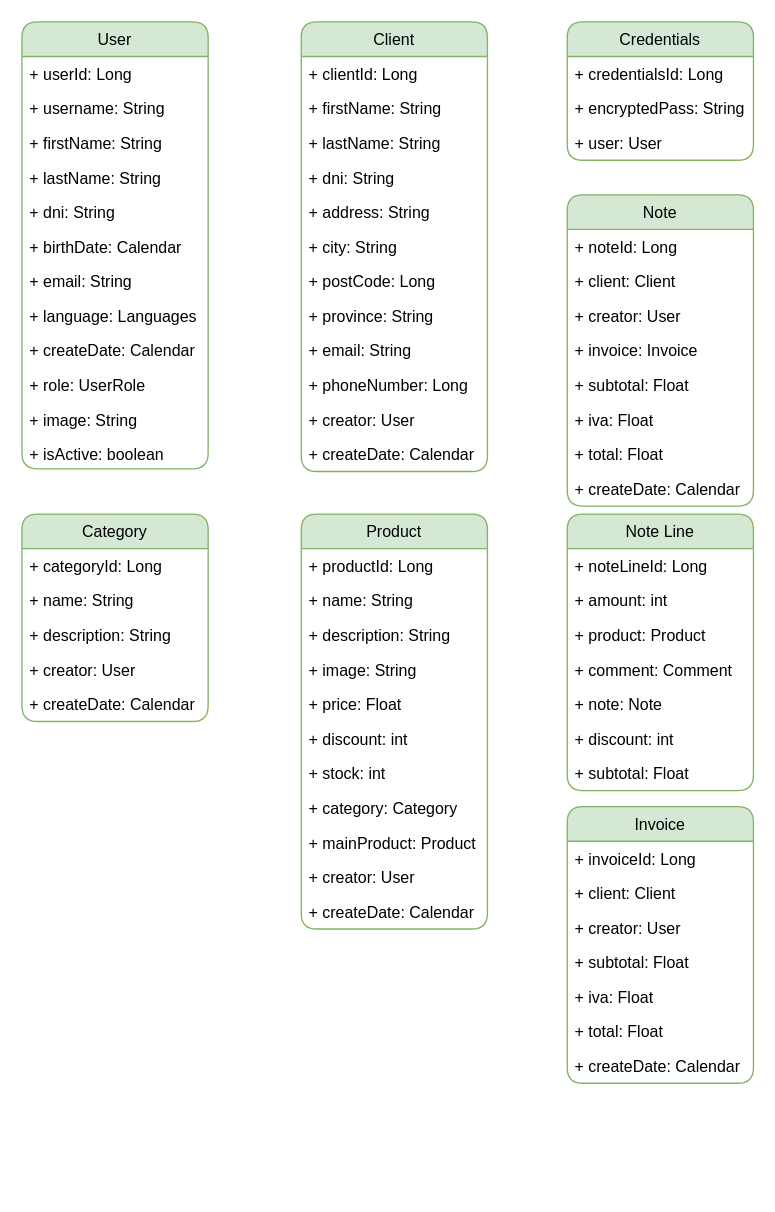
This is Documentacion/Esquemas/Clases.drawio from alejandrogogarcia/TFG_BE, a draw.io file, before an edit. Source tidied: cells renumbered, new cells numbered last; positions are measured from the earlier drawing's top-left corner, leaving out a move shared by most shapes. Both pictures are drawn from the tidied source at 133%, with x=0, y=0 at pixel (21, 21).
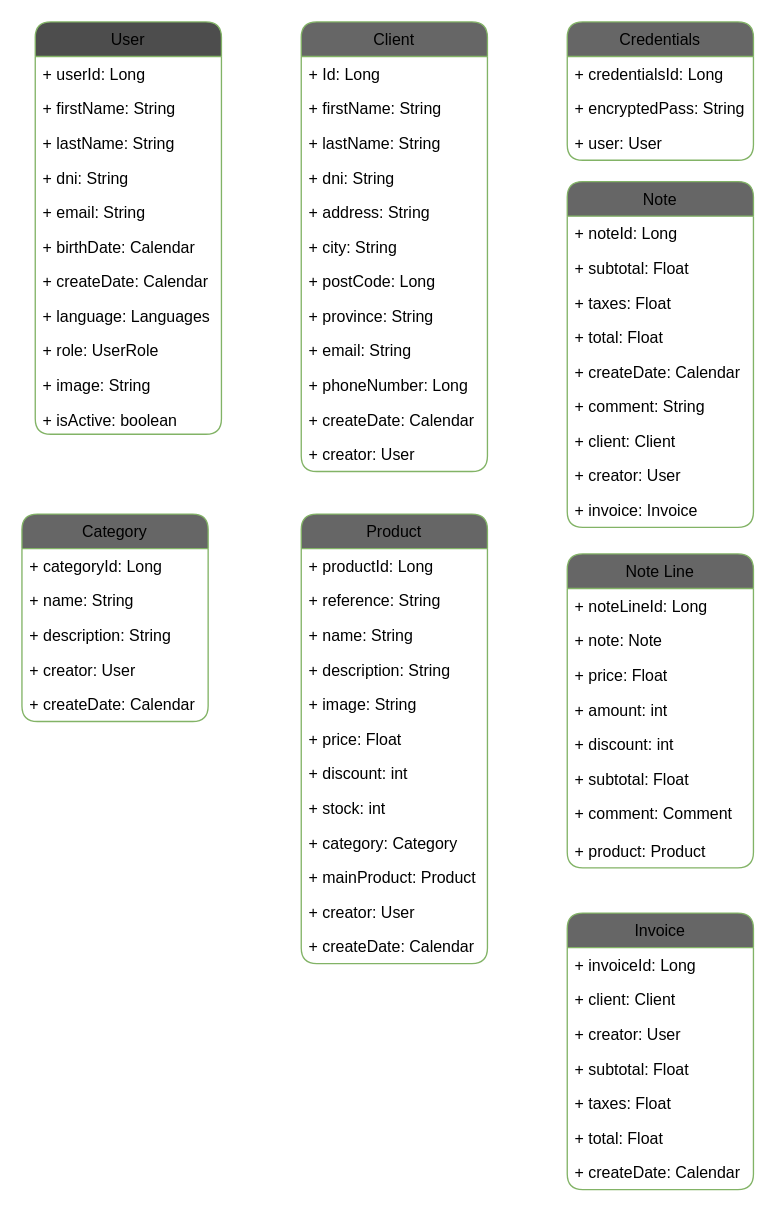
The same page after the edit.

Diff of the diagram source:
```diff
@@
-    <mxCell id="2" value="User" style="swimlane;fontStyle=0;horizontal=1;startSize=26;fillColor=#d5e8d4;strokeColor=#82b366;rounded=1;" parent="1" vertex="1">
-      <mxGeometry width="140" height="336" as="geometry" />
+    <mxCell id="2" value="User" style="swimlane;fontStyle=0;horizontal=1;startSize=26;fillColor=#4D4D4D;strokeColor=#82b366;rounded=1;" parent="1" vertex="1">
+      <mxGeometry x="10" width="140" height="310" as="geometry" />
     </mxCell>
@@
-    <mxCell id="4" value="+ username: String" style="text;strokeColor=none;fillColor=none;align=left;verticalAlign=top;spacingLeft=4;spacingRight=4;overflow=hidden;" parent="2" vertex="1">
-      <mxGeometry y="52" width="140" height="26" as="geometry" />
-    </mxCell>
     <mxCell id="5" value="+ firstName: String" style="text;strokeColor=none;fillColor=none;align=left;verticalAlign=top;spacingLeft=4;spacingRight=4;overflow=hidden;" parent="2" vertex="1">
-      <mxGeometry y="78" width="140" height="26" as="geometry" />
+      <mxGeometry y="52" width="140" height="26" as="geometry" />
     </mxCell>
     <mxCell id="6" value="+ lastName: String" style="text;strokeColor=none;fillColor=none;align=left;verticalAlign=top;spacingLeft=4;spacingRight=4;overflow=hidden;" parent="2" vertex="1">
-      <mxGeometry y="104" width="140" height="26" as="geometry" />
+      <mxGeometry y="78" width="140" height="26" as="geometry" />
     </mxCell>
     <mxCell id="7" value="+ dni: String" style="text;strokeColor=none;fillColor=none;align=left;verticalAlign=top;spacingLeft=4;spacingRight=4;overflow=hidden;" parent="2" vertex="1">
-      <mxGeometry y="130" width="140" height="26" as="geometry" />
+      <mxGeometry y="104" width="140" height="26" as="geometry" />
     </mxCell>
+    <mxCell id="9" value="+ email: String" style="text;strokeColor=none;fillColor=none;align=left;verticalAlign=top;spacingLeft=4;spacingRight=4;overflow=hidden;" parent="2" vertex="1">
+      <mxGeometry y="130" width="140" height="26" as="geometry" />
+    </mxCell>
@@
-    <mxCell id="9" value="+ email: String" style="text;strokeColor=none;fillColor=none;align=left;verticalAlign=top;spacingLeft=4;spacingRight=4;overflow=hidden;" parent="2" vertex="1">
-      <mxGeometry y="182" width="140" height="26" as="geometry" />
-    </mxCell>
+    <mxCell id="11" value="+ createDate: Calendar" style="text;strokeColor=none;fillColor=none;align=left;verticalAlign=top;spacingLeft=4;spacingRight=4;overflow=hidden;" parent="2" vertex="1">
+      <mxGeometry y="182" width="140" height="26" as="geometry" />
+    </mxCell>
@@
-    <mxCell id="11" value="+ createDate: Calendar" style="text;strokeColor=none;fillColor=none;align=left;verticalAlign=top;spacingLeft=4;spacingRight=4;overflow=hidden;" parent="2" vertex="1">
-      <mxGeometry y="234" width="140" height="26" as="geometry" />
-    </mxCell>
     <mxCell id="12" value="+ role: UserRole" style="text;strokeColor=none;fillColor=none;align=left;verticalAlign=top;spacingLeft=4;spacingRight=4;overflow=hidden;" parent="2" vertex="1">
-      <mxGeometry y="260" width="140" height="26" as="geometry" />
+      <mxGeometry y="234" width="140" height="26" as="geometry" />
     </mxCell>
     <mxCell id="13" value="+ image: String" style="text;strokeColor=none;fillColor=none;align=left;verticalAlign=top;spacingLeft=4;spacingRight=4;overflow=hidden;" parent="2" vertex="1">
-      <mxGeometry y="286" width="140" height="26" as="geometry" />
+      <mxGeometry y="260" width="140" height="26" as="geometry" />
     </mxCell>
     <mxCell id="14" value="+ isActive: boolean" style="text;strokeColor=none;fillColor=none;align=left;verticalAlign=top;spacingLeft=4;spacingRight=4;overflow=hidden;" parent="2" vertex="1">
-      <mxGeometry y="312" width="140" height="24" as="geometry" />
+      <mxGeometry y="286" width="140" height="24" as="geometry" />
     </mxCell>
-    <mxCell id="15" value="Client" style="swimlane;fontStyle=0;horizontal=1;startSize=26;fillColor=#d5e8d4;strokeColor=#82b366;rounded=1;" parent="1" vertex="1">
+    <mxCell id="15" value="Client" style="swimlane;fontStyle=0;horizontal=1;startSize=26;fillColor=#666666;strokeColor=#82b366;rounded=1;" parent="1" vertex="1">
       <mxGeometry x="210" width="140" height="338" as="geometry" />
     </mxCell>
-    <mxCell id="16" value="+ clientId: Long" style="text;strokeColor=none;fillColor=none;align=left;verticalAlign=top;spacingLeft=4;spacingRight=4;overflow=hidden;" parent="15" vertex="1">
+    <mxCell id="16" value="+ Id: Long" style="text;strokeColor=none;fillColor=none;align=left;verticalAlign=top;spacingLeft=4;spacingRight=4;overflow=hidden;" parent="15" vertex="1">
       <mxGeometry y="26" width="140" height="26" as="geometry" />
     </mxCell>
@@
+    <mxCell id="27" value="+ createDate: Calendar" style="text;strokeColor=none;fillColor=none;align=left;verticalAlign=top;spacingLeft=4;spacingRight=4;overflow=hidden;" parent="15" vertex="1">
+      <mxGeometry y="286" width="140" height="26" as="geometry" />
+    </mxCell>
     <mxCell id="26" value="+ creator: User" style="text;strokeColor=none;fillColor=none;align=left;verticalAlign=top;spacingLeft=4;spacingRight=4;overflow=hidden;" parent="15" vertex="1">
-      <mxGeometry y="286" width="140" height="26" as="geometry" />
+      <mxGeometry y="312" width="140" height="26" as="geometry" />
     </mxCell>
-    <mxCell id="27" value="+ createDate: Calendar" style="text;strokeColor=none;fillColor=none;align=left;verticalAlign=top;spacingLeft=4;spacingRight=4;overflow=hidden;" parent="15" vertex="1">
-      <mxGeometry y="312" width="140" height="26" as="geometry" />
-    </mxCell>
-    <mxCell id="28" value="Credentials" style="swimlane;fontStyle=0;horizontal=1;startSize=26;fillColor=#d5e8d4;strokeColor=#82b366;rounded=1;" parent="1" vertex="1">
+    <mxCell id="28" value="Credentials" style="swimlane;fontStyle=0;horizontal=1;startSize=26;fillColor=#666666;strokeColor=#82b366;rounded=1;" parent="1" vertex="1">
       <mxGeometry x="410" width="140" height="104" as="geometry" />
     </mxCell>
@@
-    <mxCell id="32" value="Category" style="swimlane;fontStyle=0;horizontal=1;startSize=26;fillColor=#d5e8d4;strokeColor=#82b366;rounded=1;" parent="1" vertex="1">
+    <mxCell id="32" value="Category" style="swimlane;fontStyle=0;horizontal=1;startSize=26;fillColor=#666666;strokeColor=#82b366;rounded=1;" parent="1" vertex="1">
       <mxGeometry y="370" width="140" height="156" as="geometry" />
     </mxCell>
@@
-    <mxCell id="38" value="Product" style="swimlane;fontStyle=0;horizontal=1;startSize=26;fillColor=#d5e8d4;strokeColor=#82b366;rounded=1;" parent="1" vertex="1">
-      <mxGeometry x="210" y="370" width="140" height="312" as="geometry" />
+    <mxCell id="38" value="Product" style="swimlane;fontStyle=0;horizontal=1;startSize=26;fillColor=#666666;strokeColor=#82b366;rounded=1;" parent="1" vertex="1">
+      <mxGeometry x="210" y="370" width="140" height="338" as="geometry" />
     </mxCell>
@@
-    <mxCell id="40" value="+ name: String" style="text;strokeColor=none;fillColor=none;align=left;verticalAlign=top;spacingLeft=4;spacingRight=4;overflow=hidden;" parent="38" vertex="1">
+    <mxCell id="40" value="+ reference: String" style="text;strokeColor=none;fillColor=none;align=left;verticalAlign=top;spacingLeft=4;spacingRight=4;overflow=hidden;" parent="38" vertex="1">
       <mxGeometry y="52" width="140" height="26" as="geometry" />
     </mxCell>
+    <mxCell id="75" value="+ name: String" style="text;strokeColor=none;fillColor=none;align=left;verticalAlign=top;spacingLeft=4;spacingRight=4;overflow=hidden;" parent="38" vertex="1">
+      <mxGeometry y="78" width="140" height="26" as="geometry" />
+    </mxCell>
     <mxCell id="41" value="+ description: String" style="text;strokeColor=none;fillColor=none;align=left;verticalAlign=top;spacingLeft=4;spacingRight=4;overflow=hidden;" parent="38" vertex="1">
-      <mxGeometry y="78" width="140" height="26" as="geometry" />
+      <mxGeometry y="104" width="140" height="26" as="geometry" />
     </mxCell>
     <mxCell id="42" value="+ image: String" style="text;strokeColor=none;fillColor=none;align=left;verticalAlign=top;spacingLeft=4;spacingRight=4;overflow=hidden;" parent="38" vertex="1">
-      <mxGeometry y="104" width="140" height="26" as="geometry" />
+      <mxGeometry y="130" width="140" height="26" as="geometry" />
     </mxCell>
     <mxCell id="43" value="+ price: Float" style="text;strokeColor=none;fillColor=none;align=left;verticalAlign=top;spacingLeft=4;spacingRight=4;overflow=hidden;" parent="38" vertex="1">
-      <mxGeometry y="130" width="140" height="26" as="geometry" />
+      <mxGeometry y="156" width="140" height="26" as="geometry" />
     </mxCell>
     <mxCell id="44" value="+ discount: int" style="text;strokeColor=none;fillColor=none;align=left;verticalAlign=top;spacingLeft=4;spacingRight=4;overflow=hidden;" parent="38" vertex="1">
-      <mxGeometry y="156" width="140" height="26" as="geometry" />
+      <mxGeometry y="182" width="140" height="26" as="geometry" />
     </mxCell>
     <mxCell id="45" value="+ stock: int" style="text;strokeColor=none;fillColor=none;align=left;verticalAlign=top;spacingLeft=4;spacingRight=4;overflow=hidden;" parent="38" vertex="1">
-      <mxGeometry y="182" width="140" height="26" as="geometry" />
+      <mxGeometry y="208" width="140" height="26" as="geometry" />
     </mxCell>
     <mxCell id="46" value="+ category: Category" style="text;strokeColor=none;fillColor=none;align=left;verticalAlign=top;spacingLeft=4;spacingRight=4;overflow=hidden;" parent="38" vertex="1">
-      <mxGeometry y="208" width="140" height="26" as="geometry" />
+      <mxGeometry y="234" width="140" height="26" as="geometry" />
     </mxCell>
     <mxCell id="47" value="+ mainProduct: Product" style="text;strokeColor=none;fillColor=none;align=left;verticalAlign=top;spacingLeft=4;spacingRight=4;overflow=hidden;" parent="38" vertex="1">
-      <mxGeometry y="234" width="140" height="26" as="geometry" />
+      <mxGeometry y="260" width="140" height="26" as="geometry" />
     </mxCell>
     <mxCell id="48" value="+ creator: User" style="text;strokeColor=none;fillColor=none;align=left;verticalAlign=top;spacingLeft=4;spacingRight=4;overflow=hidden;" parent="38" vertex="1">
-      <mxGeometry y="260" width="140" height="26" as="geometry" />
+      <mxGeometry y="286" width="140" height="26" as="geometry" />
     </mxCell>
     <mxCell id="49" value="+ createDate: Calendar" style="text;strokeColor=none;fillColor=none;align=left;verticalAlign=top;spacingLeft=4;spacingRight=4;overflow=hidden;" parent="38" vertex="1">
-      <mxGeometry y="286" width="140" height="26" as="geometry" />
+      <mxGeometry y="312" width="140" height="26" as="geometry" />
     </mxCell>
-    <mxCell id="50" value="Note" style="swimlane;fontStyle=0;horizontal=1;startSize=26;fillColor=#d5e8d4;strokeColor=#82b366;rounded=1;" parent="1" vertex="1">
-      <mxGeometry x="410" y="130" width="140" height="234" as="geometry" />
+    <mxCell id="50" value="Note" style="swimlane;fontStyle=0;horizontal=1;startSize=26;fillColor=#666666;strokeColor=#82b366;rounded=1;" parent="1" vertex="1">
+      <mxGeometry x="410" y="120" width="140" height="260" as="geometry" />
     </mxCell>
@@
-    <mxCell id="52" value="+ client: Client" style="text;strokeColor=none;fillColor=none;align=left;verticalAlign=top;spacingLeft=4;spacingRight=4;overflow=hidden;" parent="50" vertex="1">
-      <mxGeometry y="52" width="140" height="26" as="geometry" />
-    </mxCell>
-    <mxCell id="53" value="+ creator: User" style="text;strokeColor=none;fillColor=none;align=left;verticalAlign=top;spacingLeft=4;spacingRight=4;overflow=hidden;" parent="50" vertex="1">
-      <mxGeometry y="78" width="140" height="26" as="geometry" />
-    </mxCell>
-    <mxCell id="54" value="+ invoice: Invoice" style="text;strokeColor=none;fillColor=none;align=left;verticalAlign=top;spacingLeft=4;spacingRight=4;overflow=hidden;" parent="50" vertex="1">
-      <mxGeometry y="104" width="140" height="26" as="geometry" />
-    </mxCell>
     <mxCell id="55" value="+ subtotal: Float" style="text;strokeColor=none;fillColor=none;align=left;verticalAlign=top;spacingLeft=4;spacingRight=4;overflow=hidden;" parent="50" vertex="1">
-      <mxGeometry y="130" width="140" height="26" as="geometry" />
+      <mxGeometry y="52" width="140" height="26" as="geometry" />
     </mxCell>
-    <mxCell id="56" value="+ iva: Float" style="text;strokeColor=none;fillColor=none;align=left;verticalAlign=top;spacingLeft=4;spacingRight=4;overflow=hidden;" parent="50" vertex="1">
-      <mxGeometry y="156" width="140" height="26" as="geometry" />
+    <mxCell id="56" value="+ taxes: Float" style="text;strokeColor=none;fillColor=none;align=left;verticalAlign=top;spacingLeft=4;spacingRight=4;overflow=hidden;" parent="50" vertex="1">
+      <mxGeometry y="78" width="140" height="26" as="geometry" />
     </mxCell>
     <mxCell id="57" value="+ total: Float" style="text;strokeColor=none;fillColor=none;align=left;verticalAlign=top;spacingLeft=4;spacingRight=4;overflow=hidden;" parent="50" vertex="1">
-      <mxGeometry y="182" width="140" height="26" as="geometry" />
+      <mxGeometry y="104" width="140" height="26" as="geometry" />
     </mxCell>
     <mxCell id="58" value="+ createDate: Calendar" style="text;strokeColor=none;fillColor=none;align=left;verticalAlign=top;spacingLeft=4;spacingRight=4;overflow=hidden;" parent="50" vertex="1">
-      <mxGeometry y="208" width="140" height="26" as="geometry" />
+      <mxGeometry y="130" width="140" height="26" as="geometry" />
     </mxCell>
+    <mxCell id="76" value="+ comment: String" style="text;strokeColor=none;fillColor=none;align=left;verticalAlign=top;spacingLeft=4;spacingRight=4;overflow=hidden;" parent="50" vertex="1">
+      <mxGeometry y="156" width="140" height="26" as="geometry" />
+    </mxCell>
+    <mxCell id="52" value="+ client: Client" style="text;strokeColor=none;fillColor=none;align=left;verticalAlign=top;spacingLeft=4;spacingRight=4;overflow=hidden;" parent="50" vertex="1">
+      <mxGeometry y="182" width="140" height="26" as="geometry" />
+    </mxCell>
+    <mxCell id="53" value="+ creator: User" style="text;strokeColor=none;fillColor=none;align=left;verticalAlign=top;spacingLeft=4;spacingRight=4;overflow=hidden;" parent="50" vertex="1">
+      <mxGeometry y="208" width="140" height="26" as="geometry" />
+    </mxCell>
+    <mxCell id="54" value="+ invoice: Invoice" style="text;strokeColor=none;fillColor=none;align=left;verticalAlign=top;spacingLeft=4;spacingRight=4;overflow=hidden;" parent="50" vertex="1">
+      <mxGeometry y="234" width="140" height="26" as="geometry" />
+    </mxCell>
-    <mxCell id="59" value="Note Line" style="swimlane;fontStyle=0;horizontal=1;startSize=26;fillColor=#d5e8d4;strokeColor=#82b366;rounded=1;" parent="1" vertex="1">
-      <mxGeometry x="410" y="370" width="140" height="208" as="geometry" />
+    <mxCell id="59" value="Note Line" style="swimlane;fontStyle=0;horizontal=1;startSize=26;fillColor=#666666;strokeColor=#82b366;rounded=1;" parent="1" vertex="1">
+      <mxGeometry x="410" y="400" width="140" height="236" as="geometry" />
     </mxCell>
@@
+    <mxCell id="64" value="+ note: Note" style="text;strokeColor=none;fillColor=none;align=left;verticalAlign=top;spacingLeft=4;spacingRight=4;overflow=hidden;" parent="59" vertex="1">
+      <mxGeometry y="52" width="140" height="26" as="geometry" />
+    </mxCell>
-    <mxCell id="61" value="+ amount: int" style="text;strokeColor=none;fillColor=none;align=left;verticalAlign=top;spacingLeft=4;spacingRight=4;overflow=hidden;" parent="59" vertex="1">
-      <mxGeometry y="52" width="140" height="26" as="geometry" />
+    <mxCell id="61" value="+ price: Float" style="text;strokeColor=none;fillColor=none;align=left;verticalAlign=top;spacingLeft=4;spacingRight=4;overflow=hidden;" parent="59" vertex="1">
+      <mxGeometry y="78" width="140" height="26" as="geometry" />
     </mxCell>
-    <mxCell id="62" value="+ product: Product" style="text;strokeColor=none;fillColor=none;align=left;verticalAlign=top;spacingLeft=4;spacingRight=4;overflow=hidden;" parent="59" vertex="1">
-      <mxGeometry y="78" width="140" height="26" as="geometry" />
-    </mxCell>
-    <mxCell id="63" value="+ comment: Comment" style="text;strokeColor=none;fillColor=none;align=left;verticalAlign=top;spacingLeft=4;spacingRight=4;overflow=hidden;" parent="59" vertex="1">
-      <mxGeometry y="104" width="140" height="26" as="geometry" />
-    </mxCell>
-    <mxCell id="64" value="+ note: Note" style="text;strokeColor=none;fillColor=none;align=left;verticalAlign=top;spacingLeft=4;spacingRight=4;overflow=hidden;" parent="59" vertex="1">
-      <mxGeometry y="130" width="140" height="26" as="geometry" />
-    </mxCell>
+    <mxCell id="77" value="+ amount: int" style="text;strokeColor=none;fillColor=none;align=left;verticalAlign=top;spacingLeft=4;spacingRight=4;overflow=hidden;" parent="59" vertex="1">
+      <mxGeometry y="104" width="140" height="26" as="geometry" />
+    </mxCell>
     <mxCell id="65" value="+ discount: int" style="text;strokeColor=none;fillColor=none;align=left;verticalAlign=top;spacingLeft=4;spacingRight=4;overflow=hidden;" parent="59" vertex="1">
-      <mxGeometry y="156" width="140" height="26" as="geometry" />
+      <mxGeometry y="130" width="140" height="26" as="geometry" />
     </mxCell>
     <mxCell id="66" value="+ subtotal: Float" style="text;strokeColor=none;fillColor=none;align=left;verticalAlign=top;spacingLeft=4;spacingRight=4;overflow=hidden;" parent="59" vertex="1">
-      <mxGeometry y="182" width="140" height="26" as="geometry" />
+      <mxGeometry y="156" width="140" height="26" as="geometry" />
     </mxCell>
+    <mxCell id="63" value="+ comment: Comment" style="text;strokeColor=none;fillColor=none;align=left;verticalAlign=top;spacingLeft=4;spacingRight=4;overflow=hidden;" parent="59" vertex="1">
+      <mxGeometry y="182" width="140" height="28" as="geometry" />
+    </mxCell>
+    <mxCell id="62" value="+ product: Product" style="text;strokeColor=none;fillColor=none;align=left;verticalAlign=top;spacingLeft=4;spacingRight=4;overflow=hidden;" parent="59" vertex="1">
+      <mxGeometry y="210" width="140" height="26" as="geometry" />
+    </mxCell>
-    <mxCell id="67" value="Invoice" style="swimlane;fontStyle=0;horizontal=1;startSize=26;fillColor=#d5e8d4;strokeColor=#82b366;rounded=1;" parent="1" vertex="1">
-      <mxGeometry x="410" y="590" width="140" height="208" as="geometry" />
+    <mxCell id="67" value="Invoice" style="swimlane;fontStyle=0;horizontal=1;startSize=26;fillColor=#666666;strokeColor=#82b366;rounded=1;" parent="1" vertex="1">
+      <mxGeometry x="410" y="670" width="140" height="208" as="geometry" />
     </mxCell>
@@
-    <mxCell id="72" value="+ iva: Float" style="text;strokeColor=none;fillColor=none;align=left;verticalAlign=top;spacingLeft=4;spacingRight=4;overflow=hidden;" parent="67" vertex="1">
+    <mxCell id="72" value="+ taxes: Float" style="text;strokeColor=none;fillColor=none;align=left;verticalAlign=top;spacingLeft=4;spacingRight=4;overflow=hidden;" parent="67" vertex="1">
       <mxGeometry y="130" width="140" height="26" as="geometry" />
     </mxCell>
```
